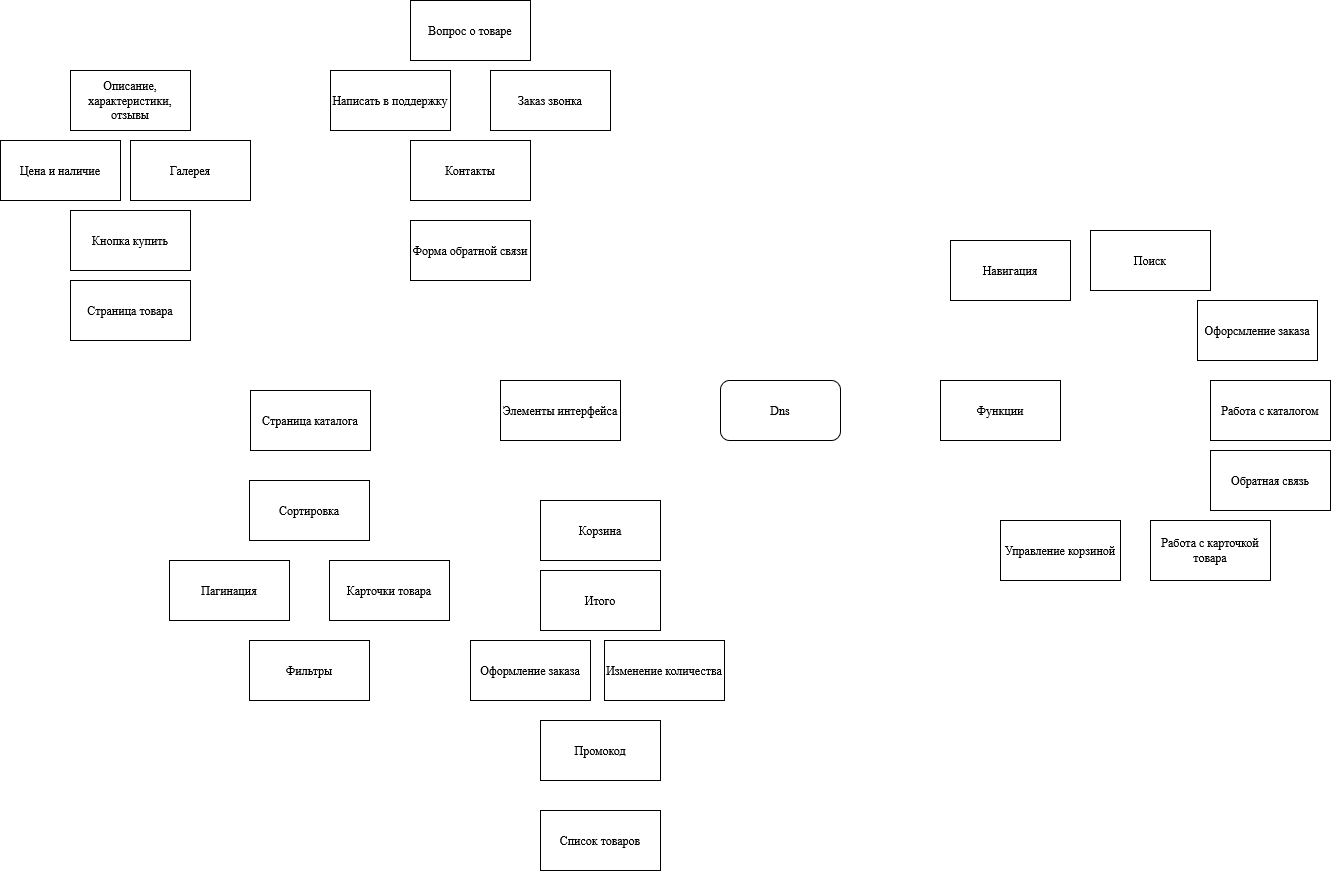
Earlier version of the draw.io export Folder/Диаграмма без названия.drawio.png (koneryk/DrawIO). Source tidied: cells renumbered, new cells last; positions are measured from the earlier drawing's top-left corner, leaving out a move shared by most shapes.
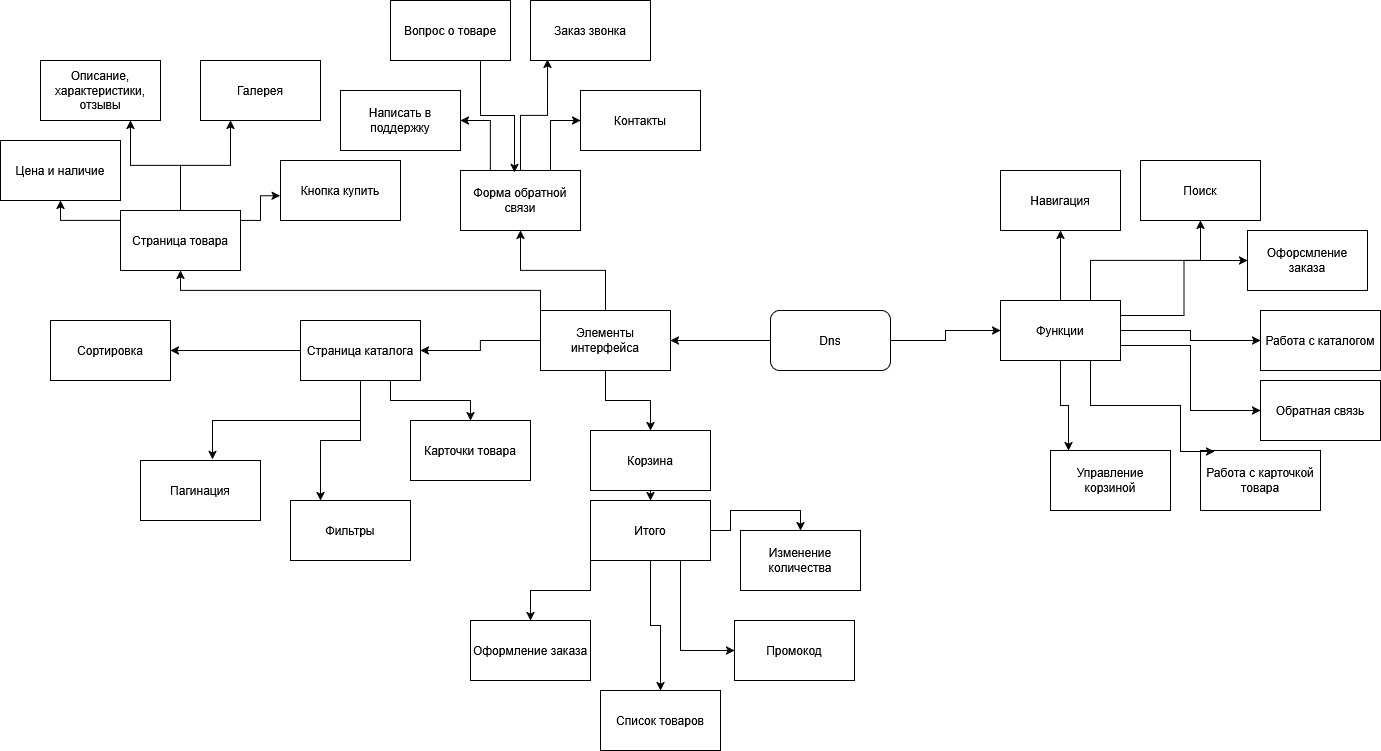
The same file after the commit.

The edit, as a diff of the source:
```diff
@@ -2,98 +2,205 @@
   <root>
     <mxCell id="0" />
     <mxCell id="1" parent="0" />
+    <mxCell id="33" style="edgeStyle=orthogonalEdgeStyle;rounded=0;jettySize=auto;html=1;exitX=1;exitY=0.5;exitDx=0;exitDy=0;entryX=0;entryY=0.5;entryDx=0;entryDy=0;" parent="1" edge="1" source="2" target="3">
+      <mxGeometry relative="1" as="geometry" />
+    </mxCell>
+    <mxCell id="34" style="edgeStyle=orthogonalEdgeStyle;rounded=0;jettySize=auto;html=1;exitX=0;exitY=0.5;exitDx=0;exitDy=0;entryX=1;entryY=0.5;entryDx=0;entryDy=0;" parent="1" edge="1" source="2" target="4">
+      <mxGeometry relative="1" as="geometry" />
+    </mxCell>
     <mxCell id="2" value="Dns" style="rounded=1;whiteSpace=wrap;html=1;" parent="1" vertex="1">
-      <mxGeometry x="720" y="380" width="120" height="60" as="geometry" />
+      <mxGeometry x="760" y="420" width="120" height="60" as="geometry" />
     </mxCell>
+    <mxCell id="35" style="edgeStyle=orthogonalEdgeStyle;rounded=0;jettySize=auto;html=1;" parent="1" edge="1" source="3" target="10">
+      <mxGeometry relative="1" as="geometry" />
+    </mxCell>
+    <mxCell id="36" style="edgeStyle=orthogonalEdgeStyle;rounded=0;jettySize=auto;html=1;exitX=0.75;exitY=0;exitDx=0;exitDy=0;entryX=0.5;entryY=1;entryDx=0;entryDy=0;" parent="1" edge="1" source="3" target="5">
+      <mxGeometry relative="1" as="geometry" />
+    </mxCell>
+    <mxCell id="37" style="edgeStyle=orthogonalEdgeStyle;rounded=0;jettySize=auto;html=1;exitX=1;exitY=0.25;exitDx=0;exitDy=0;entryX=0;entryY=0.5;entryDx=0;entryDy=0;" parent="1" edge="1" source="3" target="6">
+      <mxGeometry relative="1" as="geometry" />
+    </mxCell>
+    <mxCell id="38" style="edgeStyle=orthogonalEdgeStyle;rounded=0;jettySize=auto;html=1;exitX=1;exitY=0.5;exitDx=0;exitDy=0;entryX=0;entryY=0.5;entryDx=0;entryDy=0;" parent="1" edge="1" source="3" target="7">
+      <mxGeometry relative="1" as="geometry" />
+    </mxCell>
+    <mxCell id="39" style="edgeStyle=orthogonalEdgeStyle;rounded=0;jettySize=auto;html=1;exitX=1;exitY=0.75;exitDx=0;exitDy=0;entryX=0;entryY=0.5;entryDx=0;entryDy=0;" parent="1" edge="1" source="3" target="8">
+      <mxGeometry relative="1" as="geometry" />
+    </mxCell>
     <mxCell id="3" value="Функции" style="rounded=0;whiteSpace=wrap;html=1;" parent="1" vertex="1">
-      <mxGeometry x="940" y="380" width="120" height="60" as="geometry" />
+      <mxGeometry x="990" y="410" width="120" height="60" as="geometry" />
     </mxCell>
+    <mxCell id="40" style="edgeStyle=orthogonalEdgeStyle;rounded=0;jettySize=auto;html=1;exitX=0.5;exitY=0;exitDx=0;exitDy=0;entryX=0.5;entryY=1;entryDx=0;entryDy=0;" parent="1" edge="1" source="4" target="12">
+      <mxGeometry relative="1" as="geometry" />
+    </mxCell>
+    <mxCell id="41" style="edgeStyle=orthogonalEdgeStyle;rounded=0;jettySize=auto;html=1;exitX=0;exitY=0.5;exitDx=0;exitDy=0;entryX=1;entryY=0.5;entryDx=0;entryDy=0;" parent="1" edge="1" source="4" target="17">
+      <mxGeometry relative="1" as="geometry" />
+    </mxCell>
+    <mxCell id="42" style="edgeStyle=orthogonalEdgeStyle;rounded=0;jettySize=auto;html=1;exitX=0.5;exitY=1;exitDx=0;exitDy=0;entryX=0.5;entryY=0;entryDx=0;entryDy=0;" parent="1" edge="1" source="4" target="22">
+      <mxGeometry relative="1" as="geometry" />
+    </mxCell>
+    <mxCell id="43" style="edgeStyle=orthogonalEdgeStyle;rounded=0;jettySize=auto;html=1;exitX=0;exitY=0;exitDx=0;exitDy=0;entryX=0.5;entryY=1;entryDx=0;entryDy=0;" parent="1" edge="1" source="4" target="28">
+      <mxGeometry relative="1" as="geometry" />
+    </mxCell>
     <mxCell id="4" value="Элементы интерфейса" style="rounded=0;whiteSpace=wrap;html=1;" parent="1" vertex="1">
-      <mxGeometry x="500" y="380" width="120" height="60" as="geometry" />
+      <mxGeometry x="530" y="420" width="130" height="60" as="geometry" />
     </mxCell>
     <mxCell id="5" value="Поиск" style="rounded=0;whiteSpace=wrap;html=1;" parent="1" vertex="1">
-      <mxGeometry x="1090" y="230" width="120" height="60" as="geometry" />
+      <mxGeometry x="1130" y="270" width="120" height="60" as="geometry" />
     </mxCell>
     <mxCell id="6" value="Офорсмление заказа" style="rounded=0;whiteSpace=wrap;html=1;" parent="1" vertex="1">
-      <mxGeometry x="1197" y="300" width="120" height="60" as="geometry" />
+      <mxGeometry x="1237" y="340" width="120" height="60" as="geometry" />
     </mxCell>
     <mxCell id="7" value="Работа с каталогом" style="rounded=0;whiteSpace=wrap;html=1;" parent="1" vertex="1">
-      <mxGeometry x="1210" y="380" width="120" height="60" as="geometry" />
+      <mxGeometry x="1250" y="420" width="120" height="60" as="geometry" />
     </mxCell>
     <mxCell id="8" value="Обратная связь" style="rounded=0;whiteSpace=wrap;html=1;" parent="1" vertex="1">
-      <mxGeometry x="1210" y="450" width="120" height="60" as="geometry" />
+      <mxGeometry x="1250" y="490" width="120" height="60" as="geometry" />
     </mxCell>
     <mxCell id="9" value="Работа с карточкой товара" style="rounded=0;whiteSpace=wrap;html=1;" parent="1" vertex="1">
-      <mxGeometry x="1150" y="520" width="120" height="60" as="geometry" />
+      <mxGeometry x="1190" y="560" width="120" height="60" as="geometry" />
     </mxCell>
     <mxCell id="10" value="Навигация" style="rounded=0;whiteSpace=wrap;html=1;" parent="1" vertex="1">
-      <mxGeometry x="950" y="240" width="120" height="60" as="geometry" />
+      <mxGeometry x="990" y="280" width="120" height="60" as="geometry" />
     </mxCell>
     <mxCell id="11" value="Управление корзиной" style="rounded=0;whiteSpace=wrap;html=1;" parent="1" vertex="1">
-      <mxGeometry x="1000" y="520" width="120" height="60" as="geometry" />
+      <mxGeometry x="1040" y="560" width="120" height="60" as="geometry" />
     </mxCell>
+    <mxCell id="44" style="edgeStyle=orthogonalEdgeStyle;rounded=0;jettySize=auto;html=1;exitX=0.25;exitY=0;exitDx=0;exitDy=0;entryX=1;entryY=0.5;entryDx=0;entryDy=0;" parent="1" edge="1" source="12" target="16">
+      <mxGeometry relative="1" as="geometry" />
+    </mxCell>
+    <mxCell id="45" style="edgeStyle=orthogonalEdgeStyle;rounded=0;jettySize=auto;html=1;exitX=0.75;exitY=0;exitDx=0;exitDy=0;entryX=0;entryY=0.5;entryDx=0;entryDy=0;" parent="1" edge="1" source="12" target="13">
+      <mxGeometry relative="1" as="geometry" />
+    </mxCell>
     <mxCell id="12" value="Форма обратной связи" style="rounded=0;whiteSpace=wrap;html=1;" parent="1" vertex="1">
-      <mxGeometry x="410" y="220" width="120" height="60" as="geometry" />
+      <mxGeometry x="450" y="280" width="120" height="60" as="geometry" />
     </mxCell>
     <mxCell id="13" value="Контакты" style="rounded=0;whiteSpace=wrap;html=1;" parent="1" vertex="1">
-      <mxGeometry x="410" y="140" width="120" height="60" as="geometry" />
+      <mxGeometry x="570" y="200" width="120" height="60" as="geometry" />
     </mxCell>
     <mxCell id="14" value="Заказ звонка" style="rounded=0;whiteSpace=wrap;html=1;" parent="1" vertex="1">
-      <mxGeometry x="490" y="70" width="120" height="60" as="geometry" />
+      <mxGeometry x="520" y="110" width="120" height="60" as="geometry" />
     </mxCell>
     <mxCell id="15" value="Вопрос о товаре" style="rounded=0;whiteSpace=wrap;html=1;" parent="1" vertex="1">
-      <mxGeometry x="410" width="120" height="60" as="geometry" />
+      <mxGeometry x="380" y="110" width="120" height="60" as="geometry" />
     </mxCell>
     <mxCell id="16" value="Написать в поддержку" style="rounded=0;whiteSpace=wrap;html=1;" parent="1" vertex="1">
-      <mxGeometry x="330" y="70" width="120" height="60" as="geometry" />
+      <mxGeometry x="330" y="200" width="120" height="60" as="geometry" />
     </mxCell>
+    <mxCell id="46" style="edgeStyle=orthogonalEdgeStyle;rounded=0;jettySize=auto;html=1;exitX=0;exitY=0.5;exitDx=0;exitDy=0;entryX=1;entryY=0.5;entryDx=0;entryDy=0;" parent="1" edge="1" source="17" target="20">
+      <mxGeometry relative="1" as="geometry" />
+    </mxCell>
+    <mxCell id="47" style="edgeStyle=orthogonalEdgeStyle;rounded=0;jettySize=auto;html=1;exitX=0.75;exitY=1;exitDx=0;exitDy=0;entryX=0.5;entryY=0;entryDx=0;entryDy=0;" parent="1" edge="1" source="17" target="18">
+      <mxGeometry relative="1" as="geometry" />
+    </mxCell>
+    <mxCell id="48" style="edgeStyle=orthogonalEdgeStyle;rounded=0;jettySize=auto;html=1;exitX=0.5;exitY=1;exitDx=0;exitDy=0;entryX=0.25;entryY=0;entryDx=0;entryDy=0;" parent="1" edge="1" source="17" target="21">
+      <mxGeometry relative="1" as="geometry" />
+    </mxCell>
     <mxCell id="17" value="Страница каталога" style="rounded=0;whiteSpace=wrap;html=1;" parent="1" vertex="1">
-      <mxGeometry x="250" y="390" width="120" height="60" as="geometry" />
+      <mxGeometry x="290" y="430" width="120" height="60" as="geometry" />
     </mxCell>
     <mxCell id="18" value="Карточки товара" style="rounded=0;whiteSpace=wrap;html=1;" parent="1" vertex="1">
-      <mxGeometry x="329" y="560" width="120" height="60" as="geometry" />
+      <mxGeometry x="400" y="530" width="120" height="60" as="geometry" />
     </mxCell>
     <mxCell id="19" value="Пагинация" style="rounded=0;whiteSpace=wrap;html=1;" parent="1" vertex="1">
-      <mxGeometry x="169" y="560" width="120" height="60" as="geometry" />
+      <mxGeometry x="130" y="570" width="120" height="60" as="geometry" />
     </mxCell>
     <mxCell id="20" value="Сортировка" style="rounded=0;whiteSpace=wrap;html=1;" parent="1" vertex="1">
-      <mxGeometry x="249" y="480" width="120" height="60" as="geometry" />
+      <mxGeometry x="40" y="430" width="120" height="60" as="geometry" />
     </mxCell>
     <mxCell id="21" value="Фильтры" style="rounded=0;whiteSpace=wrap;html=1;" parent="1" vertex="1">
-      <mxGeometry x="249" y="640" width="120" height="60" as="geometry" />
+      <mxGeometry x="280" y="610" width="120" height="60" as="geometry" />
     </mxCell>
+    <mxCell id="49" style="edgeStyle=orthogonalEdgeStyle;rounded=0;jettySize=auto;html=1;exitX=0.5;exitY=1;exitDx=0;exitDy=0;entryX=0.5;entryY=0;entryDx=0;entryDy=0;" parent="1" edge="1" source="22" target="27">
+      <mxGeometry relative="1" as="geometry" />
+    </mxCell>
     <mxCell id="22" value="Корзина" style="rounded=0;whiteSpace=wrap;html=1;" parent="1" vertex="1">
-      <mxGeometry x="540" y="500" width="120" height="60" as="geometry" />
+      <mxGeometry x="580" y="540" width="120" height="60" as="geometry" />
     </mxCell>
     <mxCell id="23" value="Промокод" style="rounded=0;whiteSpace=wrap;html=1;" parent="1" vertex="1">
-      <mxGeometry x="540" y="720" width="120" height="60" as="geometry" />
+      <mxGeometry x="724" y="730" width="120" height="60" as="geometry" />
     </mxCell>
     <mxCell id="24" value="Список товаров" style="rounded=0;whiteSpace=wrap;html=1;" parent="1" vertex="1">
-      <mxGeometry x="540" y="810" width="120" height="60" as="geometry" />
+      <mxGeometry x="590" y="800" width="120" height="60" as="geometry" />
     </mxCell>
     <mxCell id="25" value="Изменение количества" style="rounded=0;whiteSpace=wrap;html=1;" parent="1" vertex="1">
-      <mxGeometry x="604" y="640" width="120" height="60" as="geometry" />
+      <mxGeometry x="730" y="640" width="120" height="60" as="geometry" />
     </mxCell>
     <mxCell id="26" value="Оформление заказа" style="rounded=0;whiteSpace=wrap;html=1;" parent="1" vertex="1">
-      <mxGeometry x="470" y="640" width="120" height="60" as="geometry" />
+      <mxGeometry x="460" y="730" width="120" height="60" as="geometry" />
     </mxCell>
+    <mxCell id="50" style="edgeStyle=orthogonalEdgeStyle;rounded=0;jettySize=auto;html=1;exitX=0;exitY=1;exitDx=0;exitDy=0;entryX=0.5;entryY=0;entryDx=0;entryDy=0;" parent="1" edge="1" source="27" target="26">
+      <mxGeometry relative="1" as="geometry" />
+    </mxCell>
+    <mxCell id="51" style="edgeStyle=orthogonalEdgeStyle;rounded=0;jettySize=auto;html=1;exitX=0.5;exitY=1;exitDx=0;exitDy=0;entryX=0.5;entryY=0;entryDx=0;entryDy=0;" parent="1" edge="1" source="27" target="24">
+      <mxGeometry relative="1" as="geometry" />
+    </mxCell>
+    <mxCell id="52" style="edgeStyle=orthogonalEdgeStyle;rounded=0;jettySize=auto;html=1;exitX=0.75;exitY=1;exitDx=0;exitDy=0;entryX=0;entryY=0.5;entryDx=0;entryDy=0;" parent="1" edge="1" source="27" target="23">
+      <mxGeometry relative="1" as="geometry" />
+    </mxCell>
+    <mxCell id="53" style="edgeStyle=orthogonalEdgeStyle;rounded=0;jettySize=auto;html=1;exitX=1;exitY=0.5;exitDx=0;exitDy=0;entryX=0.5;entryY=0;entryDx=0;entryDy=0;" parent="1" edge="1" source="27" target="25">
+      <mxGeometry relative="1" as="geometry" />
+    </mxCell>
     <mxCell id="27" value="Итого" style="rounded=0;whiteSpace=wrap;html=1;" parent="1" vertex="1">
-      <mxGeometry x="540" y="570" width="120" height="60" as="geometry" />
+      <mxGeometry x="580" y="610" width="120" height="60" as="geometry" />
     </mxCell>
+    <mxCell id="54" style="edgeStyle=orthogonalEdgeStyle;rounded=0;jettySize=auto;html=1;exitX=1;exitY=0;exitDx=0;exitDy=0;entryX=-0.004;entryY=0.589;entryDx=0;entryDy=0;entryPerimeter=0;" parent="1" edge="1" source="28" target="31">
+      <mxGeometry relative="1" as="geometry">
+        <Array as="points">
+          <mxPoint x="230" y="330" />
+          <mxPoint x="250" y="330" />
+          <mxPoint x="250" y="305" />
+        </Array>
+      </mxGeometry>
+    </mxCell>
+    <mxCell id="55" style="edgeStyle=orthogonalEdgeStyle;rounded=0;jettySize=auto;html=1;exitX=0;exitY=0;exitDx=0;exitDy=0;entryX=0.5;entryY=1;entryDx=0;entryDy=0;" parent="1" edge="1" source="28" target="32">
+      <mxGeometry relative="1" as="geometry">
+        <Array as="points">
+          <mxPoint x="110" y="330" />
+          <mxPoint x="50" y="330" />
+        </Array>
+      </mxGeometry>
+    </mxCell>
+    <mxCell id="56" style="edgeStyle=orthogonalEdgeStyle;rounded=0;jettySize=auto;html=1;exitX=0.5;exitY=0;exitDx=0;exitDy=0;entryX=0.25;entryY=1;entryDx=0;entryDy=0;" parent="1" edge="1" source="28" target="29">
+      <mxGeometry relative="1" as="geometry" />
+    </mxCell>
+    <mxCell id="57" style="edgeStyle=orthogonalEdgeStyle;rounded=0;jettySize=auto;html=1;entryX=0.75;entryY=1;entryDx=0;entryDy=0;" parent="1" edge="1" source="28" target="30">
+      <mxGeometry relative="1" as="geometry" />
+    </mxCell>
     <mxCell id="28" value="Страница товара" style="rounded=0;whiteSpace=wrap;html=1;" parent="1" vertex="1">
-      <mxGeometry x="70" y="280" width="120" height="60" as="geometry" />
+      <mxGeometry x="110" y="320" width="120" height="60" as="geometry" />
     </mxCell>
     <mxCell id="29" value="Галерея" style="rounded=0;whiteSpace=wrap;html=1;" parent="1" vertex="1">
-      <mxGeometry x="130" y="140" width="120" height="60" as="geometry" />
+      <mxGeometry x="190" y="170" width="120" height="60" as="geometry" />
     </mxCell>
     <mxCell id="30" value="Описание, характеристики, отзывы" style="rounded=0;whiteSpace=wrap;html=1;" parent="1" vertex="1">
-      <mxGeometry x="70" y="70" width="120" height="60" as="geometry" />
+      <mxGeometry x="30" y="170" width="120" height="60" as="geometry" />
     </mxCell>
     <mxCell id="31" value="Кнопка купить" style="rounded=0;whiteSpace=wrap;html=1;" parent="1" vertex="1">
-      <mxGeometry x="70" y="210" width="120" height="60" as="geometry" />
+      <mxGeometry x="270" y="270" width="120" height="60" as="geometry" />
     </mxCell>
     <mxCell id="32" value="Цена и наличие" style="rounded=0;whiteSpace=wrap;html=1;" parent="1" vertex="1">
-      <mxGeometry y="140" width="120" height="60" as="geometry" />
+      <mxGeometry x="-10" y="250" width="120" height="60" as="geometry" />
     </mxCell>
+    <mxCell id="58" style="edgeStyle=orthogonalEdgeStyle;rounded=0;jettySize=auto;html=1;exitX=0.75;exitY=1;exitDx=0;exitDy=0;entryX=0.117;entryY=0.017;entryDx=0;entryDy=0;entryPerimeter=0;" parent="1" edge="1" source="3" target="9">
+      <mxGeometry relative="1" as="geometry">
+        <Array as="points">
+          <mxPoint x="1080" y="515" />
+          <mxPoint x="1170" y="515" />
+          <mxPoint x="1170" y="561" />
+        </Array>
+      </mxGeometry>
+    </mxCell>
+    <mxCell id="59" style="edgeStyle=orthogonalEdgeStyle;rounded=0;jettySize=auto;html=1;exitX=0.5;exitY=1;exitDx=0;exitDy=0;entryX=0.15;entryY=0;entryDx=0;entryDy=0;entryPerimeter=0;" parent="1" edge="1" source="3" target="11">
+      <mxGeometry relative="1" as="geometry" />
+    </mxCell>
+    <mxCell id="60" style="edgeStyle=orthogonalEdgeStyle;rounded=0;jettySize=auto;html=1;exitX=0.5;exitY=1;exitDx=0;exitDy=0;entryX=0.6;entryY=-0.017;entryDx=0;entryDy=0;entryPerimeter=0;" parent="1" edge="1" source="17" target="19">
+      <mxGeometry relative="1" as="geometry" />
+    </mxCell>
+    <mxCell id="61" style="edgeStyle=orthogonalEdgeStyle;rounded=0;jettySize=auto;html=1;exitX=0.5;exitY=0;exitDx=0;exitDy=0;entryX=0.142;entryY=0.983;entryDx=0;entryDy=0;entryPerimeter=0;" parent="1" edge="1" source="12" target="14">
+      <mxGeometry relative="1" as="geometry" />
+    </mxCell>
+    <mxCell id="62" style="edgeStyle=orthogonalEdgeStyle;rounded=0;jettySize=auto;html=1;exitX=0.75;exitY=1;exitDx=0;exitDy=0;entryX=0.45;entryY=0.033;entryDx=0;entryDy=0;entryPerimeter=0;" parent="1" edge="1" source="15" target="12">
+      <mxGeometry relative="1" as="geometry" />
+    </mxCell>
   </root>
 </mxGraphModel>
```
